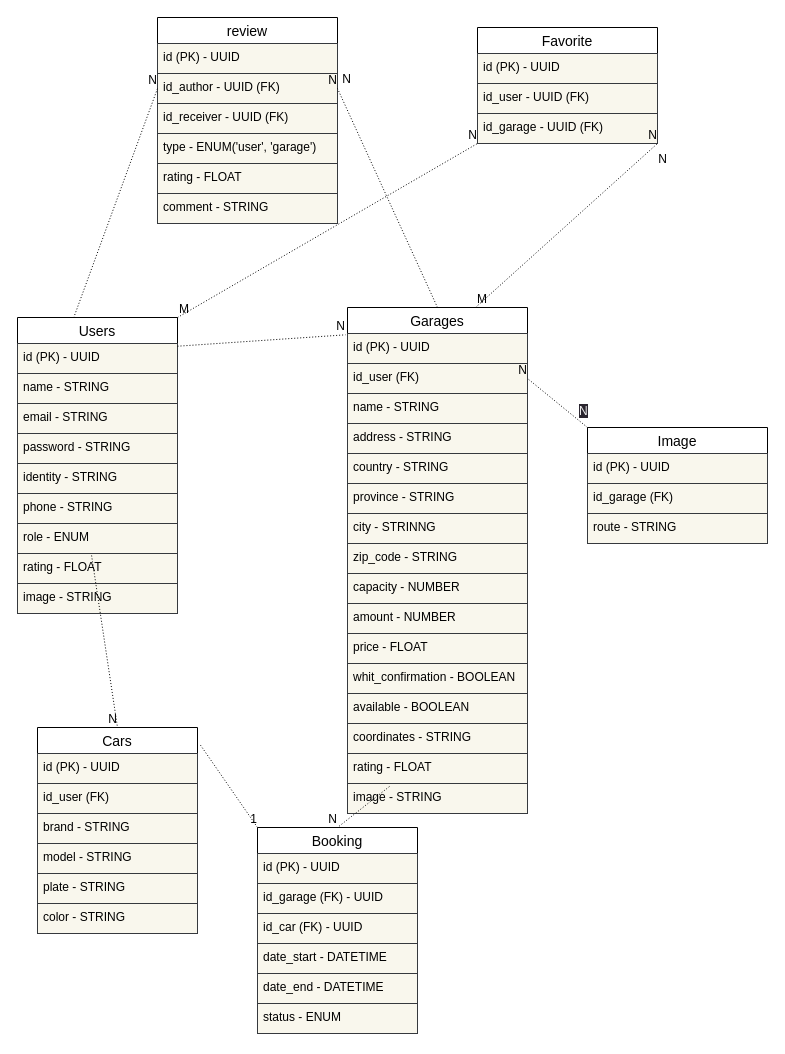
Earlier version of the draw.io diagram backend/relationalDiagram.drawio (No-Country/s13-04-t-node-react). Source tidied: cells renumbered, new cells numbered last; positions are measured from the earlier drawing's top-left corner, leaving out a move shared by most shapes. Both pictures are drawn from the tidied source at 100%, with x=0, y=0 at pixel (17, 17).
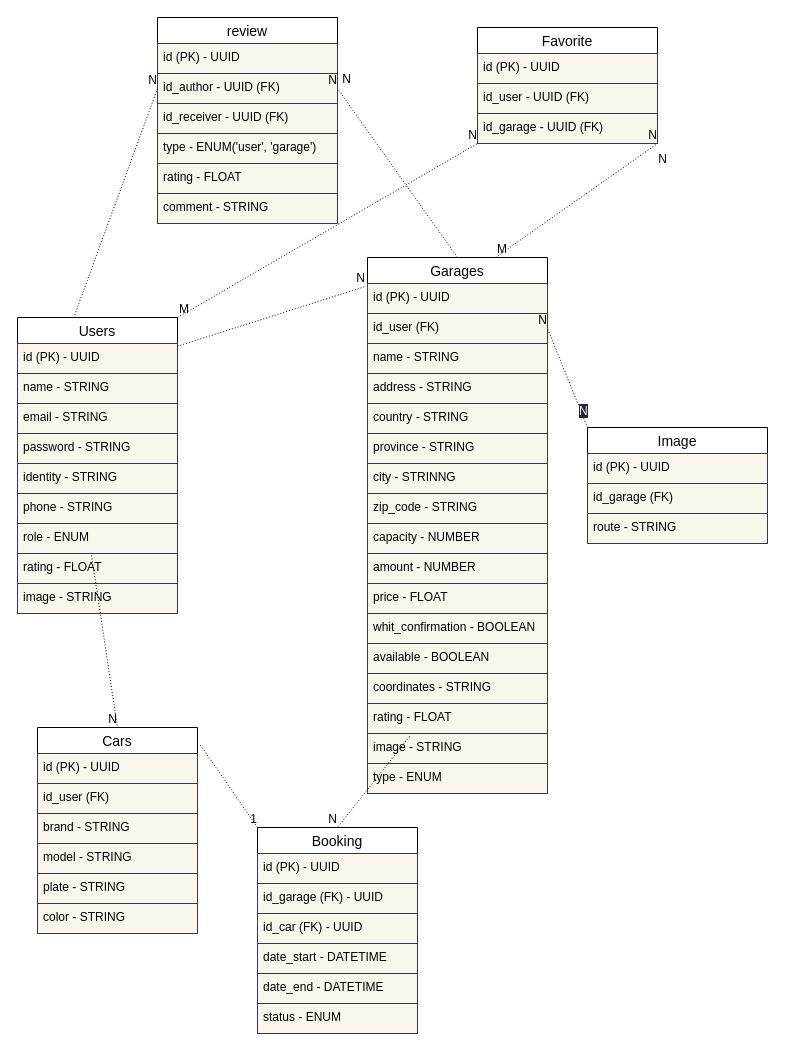
Above is the later version.

Commit message (it also covers changes not shown here):
type in garage

The edit, as a diff of the source:
```diff
@@
     <mxCell id="12" value="Garages" style="swimlane;fontStyle=0;horizontal=1;startSize=26;align=center;fontSize=14;" parent="1" vertex="1">
-      <mxGeometry x="330" y="290" width="180" height="506" as="geometry" />
+      <mxGeometry x="350" y="240" width="180" height="536" as="geometry" />
     </mxCell>
@@
+    <mxCell id="81" value="type - ENUM" style="text;strokeColor=#36393d;fillColor=#f9f7ed;spacingLeft=4;spacingRight=4;overflow=hidden;fontSize=12;fontColor=#000000;" parent="12" vertex="1">
+      <mxGeometry y="506" width="180" height="30" as="geometry" />
+    </mxCell>
```
